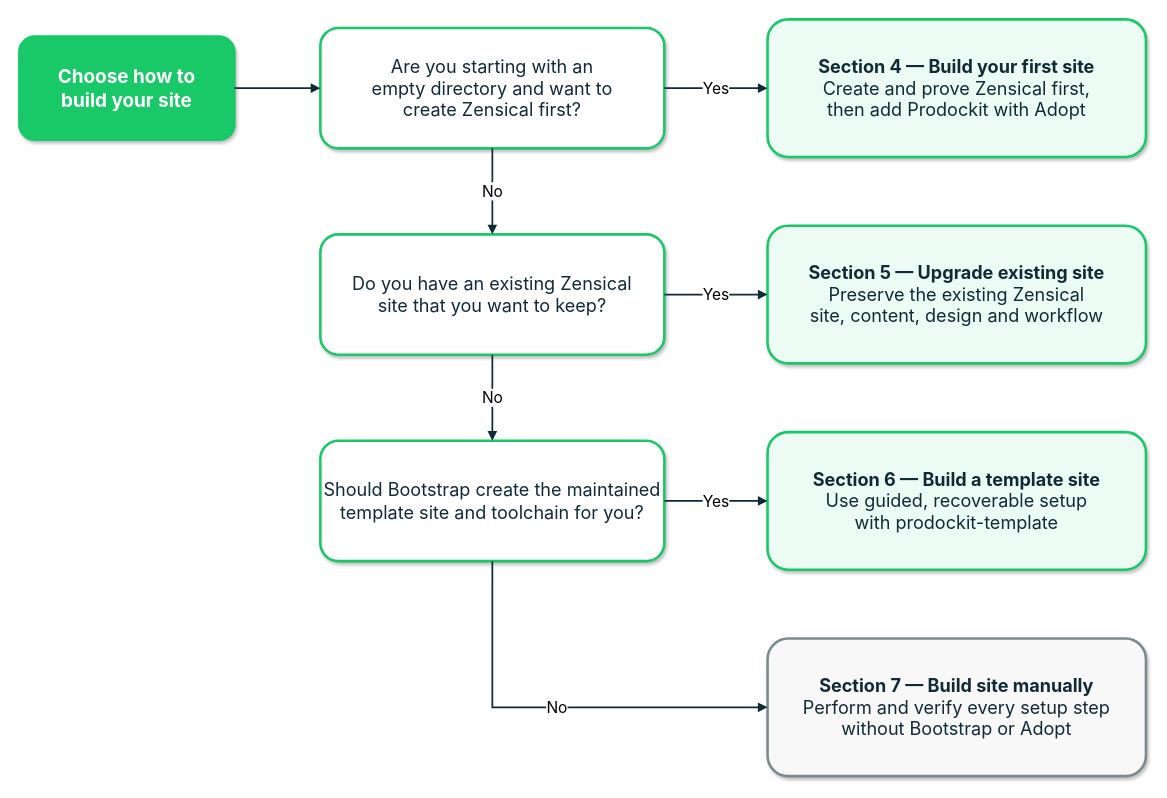
This is tools/documentation-diagrams/2.1-installation-approaches.drawio from buckwem/prodockit-extensions, a draw.io file, before an edit. Source tidied: cells renumbered, new cells numbered last; positions are measured from the earlier drawing's top-left corner, leaving out a move shared by most shapes. Both pictures are drawn from the tidied source at 86%, with x=0, y=0 at pixel (19, 19).
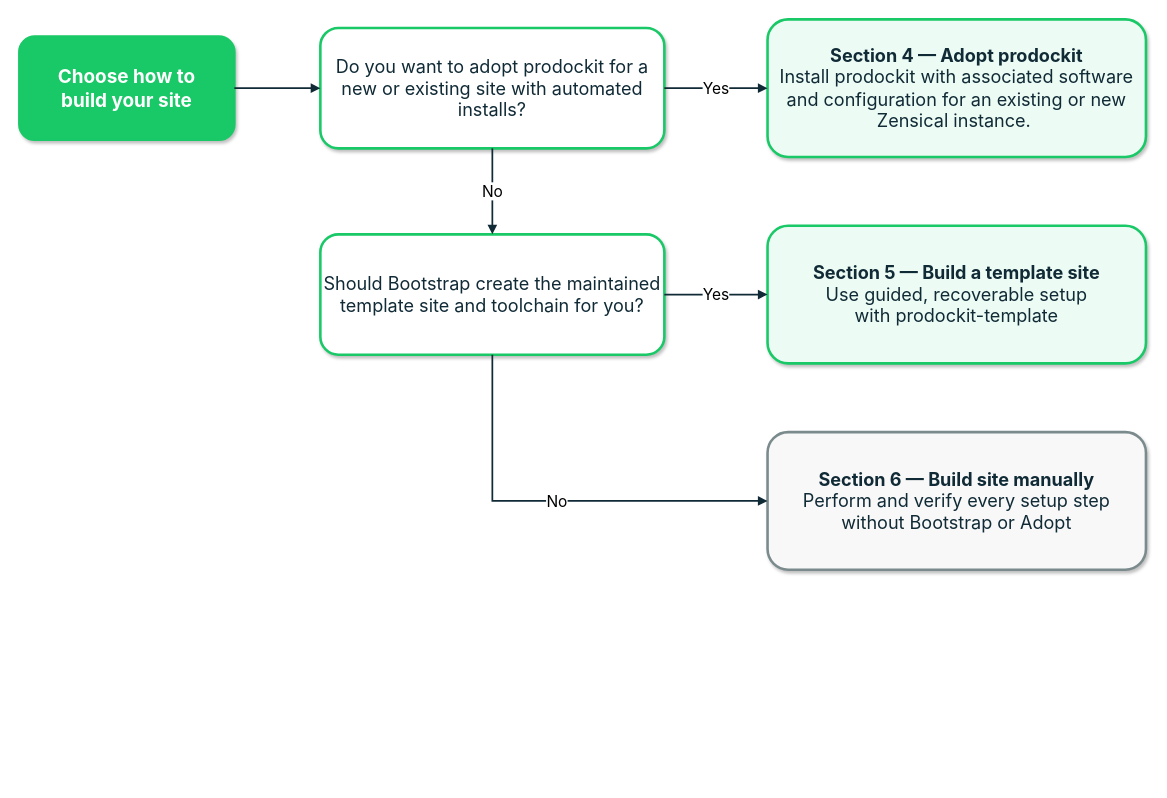
The same page after the edit.

Diff of the diagram source:
```diff
@@
 <mxGraphModel background="#ffffff">
   <root>
     <mxCell id="0" />
     <mxCell id="1" parent="0" />
     <mxCell id="2" value="&lt;b&gt;Choose how to&lt;br&gt;build your site&lt;/b&gt;" style="rounded=1;whiteSpace=wrap;html=1;fillColor=#19c866;strokeColor=#19c866;strokeWidth=3;fontColor=#ffffff;fontSize=22;fontFamily=Inter;shadow=1;" parent="1" vertex="1">
       <mxGeometry y="20" width="250" height="120" as="geometry" />
     </mxCell>
-    <mxCell id="3" value="Are you starting with an&lt;br&gt;empty directory and want to&lt;br&gt;create Zensical first?" style="rounded=1;whiteSpace=wrap;html=1;fillColor=#ffffff;strokeColor=#19c866;strokeWidth=3;fontColor=#102a36;fontSize=21;fontFamily=Inter;shadow=1;" parent="1" vertex="1">
+    <mxCell id="3" value="Do you want to adopt prodockit for a new or existing site with automated installs?" style="rounded=1;whiteSpace=wrap;html=1;fillColor=#ffffff;strokeColor=#19c866;strokeWidth=3;fontColor=#102a36;fontSize=21;fontFamily=Inter;shadow=1;" parent="1" vertex="1">
       <mxGeometry x="350" y="10" width="400" height="140" as="geometry" />
     </mxCell>
-    <mxCell id="4" value="Do you have an existing Zensical&lt;br&gt;site that you want to keep?" style="rounded=1;whiteSpace=wrap;html=1;fillColor=#ffffff;strokeColor=#19c866;strokeWidth=3;fontColor=#102a36;fontSize=21;fontFamily=Inter;shadow=1;" parent="1" vertex="1">
-      <mxGeometry x="350" y="250" width="400" height="140" as="geometry" />
-    </mxCell>
     <mxCell id="5" value="Should Bootstrap create the maintained&lt;br&gt;template site and toolchain for you?" style="rounded=1;whiteSpace=wrap;html=1;fillColor=#ffffff;strokeColor=#19c866;strokeWidth=3;fontColor=#102a36;fontSize=21;fontFamily=Inter;shadow=1;" parent="1" vertex="1">
-      <mxGeometry x="350" y="490" width="400" height="140" as="geometry" />
+      <mxGeometry x="350" y="250" width="400" height="140" as="geometry" />
     </mxCell>
-    <mxCell id="6" value="&lt;b&gt;Section 4 — Build your first site&lt;/b&gt;&lt;br&gt;Create and prove Zensical first,&lt;br&gt;then add Prodockit with Adopt" style="rounded=1;whiteSpace=wrap;html=1;fillColor=#ecfbf3;strokeColor=#19c866;strokeWidth=3;fontColor=#102a36;fontSize=21;fontFamily=Inter;shadow=1;" parent="1" vertex="1">
+    <mxCell id="6" value="&lt;b&gt;Section 4 — Adopt prodockit&lt;/b&gt;&lt;br&gt;Install prodockit with associated software and configuration for an existing or new Zensical instance.&amp;nbsp;" style="rounded=1;whiteSpace=wrap;html=1;fillColor=#ecfbf3;strokeColor=#19c866;strokeWidth=3;fontColor=#102a36;fontSize=21;fontFamily=Inter;shadow=1;" parent="1" vertex="1">
       <mxGeometry x="870" width="440" height="160" as="geometry" />
     </mxCell>
-    <mxCell id="7" value="&lt;b&gt;Section 5 — Upgrade existing site&lt;/b&gt;&lt;br&gt;Preserve the existing Zensical&lt;br&gt;site, content, design and workflow" style="rounded=1;whiteSpace=wrap;html=1;fillColor=#ecfbf3;strokeColor=#19c866;strokeWidth=3;fontColor=#102a36;fontSize=21;fontFamily=Inter;shadow=1;" parent="1" vertex="1">
-      <mxGeometry x="870" y="240" width="440" height="160" as="geometry" />
-    </mxCell>
-    <mxCell id="8" value="&lt;b&gt;Section 6 — Build a template site&lt;/b&gt;&lt;br&gt;Use guided, recoverable setup&lt;br&gt;with prodockit-template" style="rounded=1;whiteSpace=wrap;html=1;fillColor=#ecfbf3;strokeColor=#19c866;strokeWidth=3;fontColor=#102a36;fontSize=21;fontFamily=Inter;shadow=1;" parent="1" vertex="1">
-      <mxGeometry x="870" y="480" width="440" height="160" as="geometry" />
+    <mxCell id="8" value="&lt;b&gt;Section 5 — Build a template site&lt;/b&gt;&lt;br&gt;Use guided, recoverable setup&lt;br&gt;with prodockit-template" style="rounded=1;whiteSpace=wrap;html=1;fillColor=#ecfbf3;strokeColor=#19c866;strokeWidth=3;fontColor=#102a36;fontSize=21;fontFamily=Inter;shadow=1;" parent="1" vertex="1">
+      <mxGeometry x="870" y="240" width="440" height="160" as="geometry" />
     </mxCell>
-    <mxCell id="9" value="&lt;b&gt;Section 7 — Build site manually&lt;/b&gt;&lt;br&gt;Perform and verify every setup step&lt;br&gt;without Bootstrap or Adopt" style="rounded=1;whiteSpace=wrap;html=1;fillColor=#f7f8f7;strokeColor=#7b8b8d;strokeWidth=3;fontColor=#102a36;fontSize=21;fontFamily=Inter;shadow=1;" parent="1" vertex="1">
-      <mxGeometry x="870" y="720" width="440" height="160" as="geometry" />
+    <mxCell id="9" value="&lt;b&gt;Section 6 — Build site manually&lt;/b&gt;&lt;br&gt;Perform and verify every setup step&lt;br&gt;without Bootstrap or Adopt" style="rounded=1;whiteSpace=wrap;html=1;fillColor=#f7f8f7;strokeColor=#7b8b8d;strokeWidth=3;fontColor=#102a36;fontSize=21;fontFamily=Inter;shadow=1;" parent="1" vertex="1">
+      <mxGeometry x="870" y="480" width="440" height="160" as="geometry" />
     </mxCell>
     <mxCell id="10" style="edgeStyle=orthogonalEdgeStyle;rounded=0;html=1;strokeColor=#102a36;strokeWidth=2;endArrow=block;endFill=1;" parent="1" edge="1" source="2" target="3">
       <mxGeometry relative="1" as="geometry" />
     </mxCell>
     <mxCell id="11" value="Yes" style="edgeStyle=orthogonalEdgeStyle;rounded=0;html=1;strokeColor=#102a36;strokeWidth=2;endArrow=block;endFill=1;fontSize=18;fontFamily=Inter;" parent="1" edge="1" source="3" target="6">
       <mxGeometry relative="1" as="geometry" />
     </mxCell>
-    <mxCell id="12" value="No" style="edgeStyle=orthogonalEdgeStyle;rounded=0;html=1;strokeColor=#102a36;strokeWidth=2;endArrow=block;endFill=1;fontSize=18;fontFamily=Inter;" parent="1" edge="1" source="3" target="4">
-      <mxGeometry relative="1" as="geometry" />
+    <mxCell id="12" value="No" style="edgeStyle=orthogonalEdgeStyle;rounded=0;html=1;strokeColor=#102a36;strokeWidth=2;endArrow=block;endFill=1;fontSize=18;fontFamily=Inter;" parent="1" edge="1" source="3">
+      <mxGeometry relative="1" as="geometry">
+        <mxPoint x="550" y="250" as="targetPoint" />
+      </mxGeometry>
     </mxCell>
-    <mxCell id="13" value="Yes" style="edgeStyle=orthogonalEdgeStyle;rounded=0;html=1;strokeColor=#102a36;strokeWidth=2;endArrow=block;endFill=1;fontSize=18;fontFamily=Inter;" parent="1" edge="1" source="4" target="7">
-      <mxGeometry relative="1" as="geometry" />
-    </mxCell>
-    <mxCell id="14" value="No" style="edgeStyle=orthogonalEdgeStyle;rounded=0;html=1;strokeColor=#102a36;strokeWidth=2;endArrow=block;endFill=1;fontSize=18;fontFamily=Inter;" parent="1" edge="1" source="4" target="5">
-      <mxGeometry relative="1" as="geometry" />
-    </mxCell>
     <mxCell id="15" value="Yes" style="edgeStyle=orthogonalEdgeStyle;rounded=0;html=1;strokeColor=#102a36;strokeWidth=2;endArrow=block;endFill=1;fontSize=18;fontFamily=Inter;" parent="1" edge="1" source="5" target="8">
       <mxGeometry relative="1" as="geometry" />
     </mxCell>
     <mxCell id="16" value="No" style="edgeStyle=orthogonalEdgeStyle;rounded=0;html=1;strokeColor=#102a36;strokeWidth=2;endArrow=block;endFill=1;fontSize=18;fontFamily=Inter;exitX=0.5;exitY=1;exitDx=0;exitDy=0;entryX=0;entryY=0.5;entryDx=0;entryDy=0;" parent="1" edge="1" source="5" target="9">
       <mxGeometry relative="1" as="geometry">
         <Array as="points">
-          <mxPoint x="550" y="800" />
+          <mxPoint x="550" y="560" />
         </Array>
       </mxGeometry>
     </mxCell>
   </root>
 </mxGraphModel>
```
